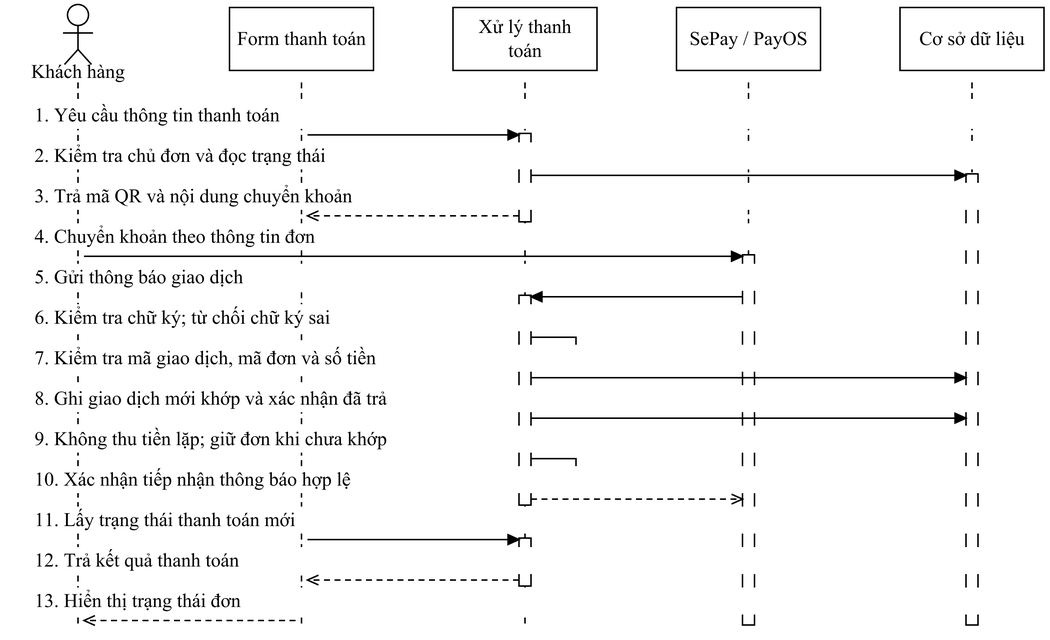
Before: docs/do-an-LSOUL/So-do-LSOUL-rut-gon/anh-png/SEQ-11.png, a diagram exported from draw.io (Loccao102/BanHang). Source tidied: cells renumbered, new cells last; positions are measured from the earlier drawing's top-left corner, leaving out a move shared by most shapes.
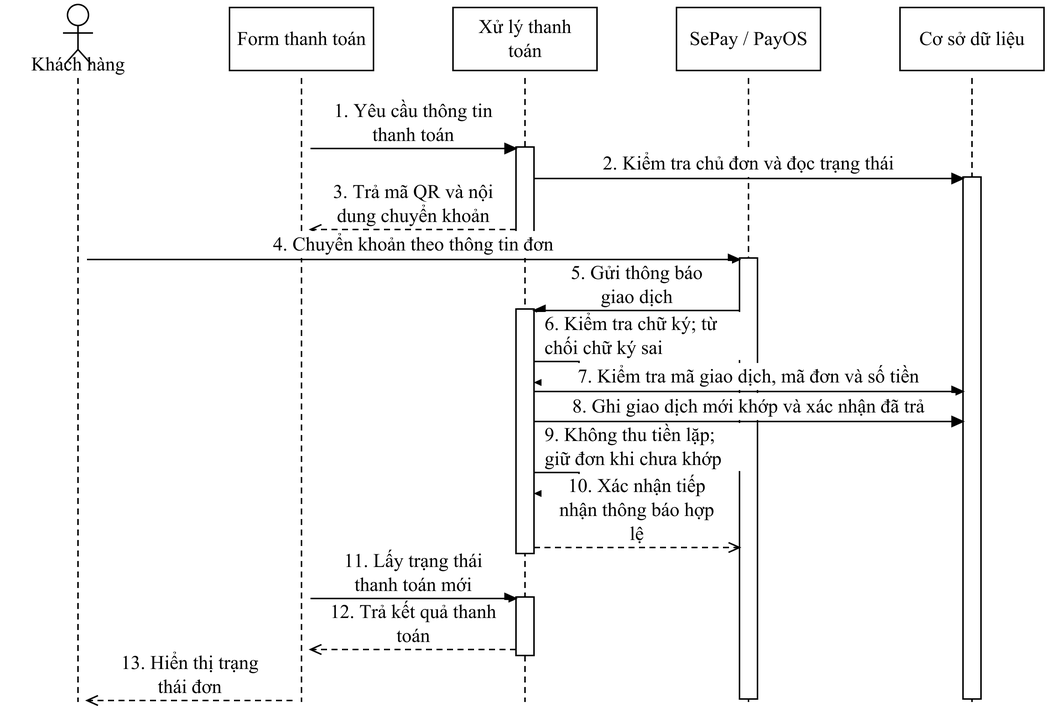
Above is the later version.

The edit, as a diff of the source:
```diff
@@ -6,4 +6,4 @@
       <mxGeometry relative="1" as="geometry">
-        <mxPoint x="48" y="52" as="sourcePoint" />
-        <mxPoint x="48" y="416" as="targetPoint" />
+        <mxPoint x="48" y="49" as="sourcePoint" />
+        <mxPoint x="48" y="465" as="targetPoint" />
       </mxGeometry>
@@ -12,4 +12,4 @@
       <mxGeometry relative="1" as="geometry">
-        <mxPoint x="197" y="52" as="sourcePoint" />
-        <mxPoint x="197" y="416" as="targetPoint" />
+        <mxPoint x="197" y="49" as="sourcePoint" />
+        <mxPoint x="197" y="465" as="targetPoint" />
       </mxGeometry>
@@ -18,4 +18,4 @@
       <mxGeometry relative="1" as="geometry">
-        <mxPoint x="346" y="52" as="sourcePoint" />
-        <mxPoint x="346" y="416" as="targetPoint" />
+        <mxPoint x="346" y="49" as="sourcePoint" />
+        <mxPoint x="346" y="465" as="targetPoint" />
       </mxGeometry>
@@ -24,4 +24,4 @@
       <mxGeometry relative="1" as="geometry">
-        <mxPoint x="495" y="52" as="sourcePoint" />
-        <mxPoint x="495" y="416" as="targetPoint" />
+        <mxPoint x="495" y="49" as="sourcePoint" />
+        <mxPoint x="495" y="465" as="targetPoint" />
       </mxGeometry>
@@ -30,4 +30,4 @@
       <mxGeometry relative="1" as="geometry">
-        <mxPoint x="644" y="52" as="sourcePoint" />
-        <mxPoint x="644" y="416" as="targetPoint" />
+        <mxPoint x="644" y="49" as="sourcePoint" />
+        <mxPoint x="644" y="465" as="targetPoint" />
       </mxGeometry>
@@ -35,18 +35,18 @@
     <mxCell id="7" style="fontFamily=Times New Roman;fontSize=13;fontColor=#000000;strokeColor=#000000;strokeWidth=1;fillColor=#FFFFFF;shadow=0;rounded=0;html=0;whiteSpace=wrap;spacing=5;align=center;verticalAlign=middle;" parent="1" vertex="1">
-      <mxGeometry x="342" y="86" width="8" height="59" as="geometry" />
+      <mxGeometry x="340" y="95" width="12" height="59" as="geometry" />
     </mxCell>
     <mxCell id="8" style="fontFamily=Times New Roman;fontSize=13;fontColor=#000000;strokeColor=#000000;strokeWidth=1;fillColor=#FFFFFF;shadow=0;rounded=0;html=0;whiteSpace=wrap;spacing=5;align=center;verticalAlign=middle;" parent="1" vertex="1">
-      <mxGeometry x="342" y="194" width="8" height="140" as="geometry" />
+      <mxGeometry x="340" y="203" width="12" height="163" as="geometry" />
     </mxCell>
     <mxCell id="9" style="fontFamily=Times New Roman;fontSize=13;fontColor=#000000;strokeColor=#000000;strokeWidth=1;fillColor=#FFFFFF;shadow=0;rounded=0;html=0;whiteSpace=wrap;spacing=5;align=center;verticalAlign=middle;" parent="1" vertex="1">
-      <mxGeometry x="342" y="356" width="8" height="32" as="geometry" />
+      <mxGeometry x="340" y="395" width="12" height="39" as="geometry" />
     </mxCell>
     <mxCell id="10" style="fontFamily=Times New Roman;fontSize=13;fontColor=#000000;strokeColor=#000000;strokeWidth=1;fillColor=#FFFFFF;shadow=0;rounded=0;html=0;whiteSpace=wrap;spacing=5;align=center;verticalAlign=middle;" parent="1" vertex="1">
-      <mxGeometry x="491" y="167" width="8" height="247" as="geometry" />
+      <mxGeometry x="489" y="169" width="12" height="294" as="geometry" />
     </mxCell>
     <mxCell id="11" style="fontFamily=Times New Roman;fontSize=13;fontColor=#000000;strokeColor=#000000;strokeWidth=1;fillColor=#FFFFFF;shadow=0;rounded=0;html=0;whiteSpace=wrap;spacing=5;align=center;verticalAlign=middle;" parent="1" vertex="1">
-      <mxGeometry x="640" y="113" width="8" height="301" as="geometry" />
+      <mxGeometry x="638" y="115" width="12" height="348" as="geometry" />
     </mxCell>
-    <mxCell id="12" value="1. Yêu cầu thông tin thanh toán" style="fontFamily=Times New Roman;fontSize=13;fontColor=#000000;strokeColor=#000000;strokeWidth=1;fillColor=#FFFFFF;shadow=0;rounded=0;html=0;whiteSpace=wrap;spacing=5;text;strokeColor=none;fillColor=none;align=left;verticalAlign=middle;fillColor=#FFFFFF;" parent="1" vertex="1">
-      <mxGeometry x="14" y="65" width="664" height="18" as="geometry" />
+    <mxCell id="12" value="1. Yêu cầu thông tin&#10;thanh toán" style="fontFamily=Times New Roman;fontSize=13;fontColor=#000000;strokeColor=#000000;strokeWidth=1;fillColor=#FFFFFF;shadow=0;rounded=0;html=0;whiteSpace=wrap;spacing=5;text;strokeColor=none;fillColor=none;align=center;verticalAlign=middle;fillColor=#FFFFFF;" parent="1" vertex="1">
+      <mxGeometry x="208" y="63" width="127" height="32" as="geometry" />
     </mxCell>
@@ -54,8 +54,8 @@
       <mxGeometry relative="1" as="geometry">
-        <mxPoint x="201" y="87" as="sourcePoint" />
-        <mxPoint x="342" y="87" as="targetPoint" />
+        <mxPoint x="203" y="96" as="sourcePoint" />
+        <mxPoint x="340" y="96" as="targetPoint" />
       </mxGeometry>
     </mxCell>
-    <mxCell id="14" value="2. Kiểm tra chủ đơn và đọc trạng thái" style="fontFamily=Times New Roman;fontSize=13;fontColor=#000000;strokeColor=#000000;strokeWidth=1;fillColor=#FFFFFF;shadow=0;rounded=0;html=0;whiteSpace=wrap;spacing=5;text;strokeColor=none;fillColor=none;align=left;verticalAlign=middle;fillColor=#FFFFFF;" parent="1" vertex="1">
-      <mxGeometry x="14" y="92" width="664" height="18" as="geometry" />
+    <mxCell id="14" value="2. Kiểm tra chủ đơn và đọc trạng thái" style="fontFamily=Times New Roman;fontSize=13;fontColor=#000000;strokeColor=#000000;strokeWidth=1;fillColor=#FFFFFF;shadow=0;rounded=0;html=0;whiteSpace=wrap;spacing=5;text;strokeColor=none;fillColor=none;align=center;verticalAlign=middle;fillColor=#FFFFFF;" parent="1" vertex="1">
+      <mxGeometry x="357" y="97" width="276" height="18" as="geometry" />
     </mxCell>
@@ -63,8 +63,8 @@
       <mxGeometry relative="1" as="geometry">
-        <mxPoint x="350" y="114" as="sourcePoint" />
-        <mxPoint x="640" y="114" as="targetPoint" />
+        <mxPoint x="352" y="116" as="sourcePoint" />
+        <mxPoint x="638" y="116" as="targetPoint" />
       </mxGeometry>
     </mxCell>
-    <mxCell id="16" value="3. Trả mã QR và nội dung chuyển khoản" style="fontFamily=Times New Roman;fontSize=13;fontColor=#000000;strokeColor=#000000;strokeWidth=1;fillColor=#FFFFFF;shadow=0;rounded=0;html=0;whiteSpace=wrap;spacing=5;text;strokeColor=none;fillColor=none;align=left;verticalAlign=middle;fillColor=#FFFFFF;" parent="1" vertex="1">
-      <mxGeometry x="14" y="119" width="664" height="18" as="geometry" />
+    <mxCell id="16" value="3. Trả mã QR và nội&#10;dung chuyển khoản" style="fontFamily=Times New Roman;fontSize=13;fontColor=#000000;strokeColor=#000000;strokeWidth=1;fillColor=#FFFFFF;shadow=0;rounded=0;html=0;whiteSpace=wrap;spacing=5;text;strokeColor=none;fillColor=none;align=center;verticalAlign=middle;fillColor=#FFFFFF;" parent="1" vertex="1">
+      <mxGeometry x="208" y="117" width="127" height="32" as="geometry" />
     </mxCell>
@@ -72,8 +72,8 @@
       <mxGeometry relative="1" as="geometry">
-        <mxPoint x="342" y="141" as="sourcePoint" />
-        <mxPoint x="201" y="141" as="targetPoint" />
+        <mxPoint x="340" y="150" as="sourcePoint" />
+        <mxPoint x="203" y="150" as="targetPoint" />
       </mxGeometry>
     </mxCell>
-    <mxCell id="18" value="4. Chuyển khoản theo thông tin đơn" style="fontFamily=Times New Roman;fontSize=13;fontColor=#000000;strokeColor=#000000;strokeWidth=1;fillColor=#FFFFFF;shadow=0;rounded=0;html=0;whiteSpace=wrap;spacing=5;text;strokeColor=none;fillColor=none;align=left;verticalAlign=middle;fillColor=#FFFFFF;" parent="1" vertex="1">
-      <mxGeometry x="14" y="146" width="664" height="18" as="geometry" />
+    <mxCell id="18" value="4. Chuyển khoản theo thông tin đơn" style="fontFamily=Times New Roman;fontSize=13;fontColor=#000000;strokeColor=#000000;strokeWidth=1;fillColor=#FFFFFF;shadow=0;rounded=0;html=0;whiteSpace=wrap;spacing=5;text;strokeColor=none;fillColor=none;align=center;verticalAlign=middle;fillColor=#FFFFFF;" parent="1" vertex="1">
+      <mxGeometry x="59" y="151" width="425" height="18" as="geometry" />
     </mxCell>
@@ -81,8 +81,8 @@
       <mxGeometry relative="1" as="geometry">
-        <mxPoint x="52" y="168" as="sourcePoint" />
-        <mxPoint x="491" y="168" as="targetPoint" />
+        <mxPoint x="54" y="170" as="sourcePoint" />
+        <mxPoint x="489" y="170" as="targetPoint" />
       </mxGeometry>
     </mxCell>
-    <mxCell id="20" value="5. Gửi thông báo giao dịch" style="fontFamily=Times New Roman;fontSize=13;fontColor=#000000;strokeColor=#000000;strokeWidth=1;fillColor=#FFFFFF;shadow=0;rounded=0;html=0;whiteSpace=wrap;spacing=5;text;strokeColor=none;fillColor=none;align=left;verticalAlign=middle;fillColor=#FFFFFF;" parent="1" vertex="1">
-      <mxGeometry x="14" y="173" width="664" height="18" as="geometry" />
+    <mxCell id="20" value="5. Gửi thông báo&#10;giao dịch" style="fontFamily=Times New Roman;fontSize=13;fontColor=#000000;strokeColor=#000000;strokeWidth=1;fillColor=#FFFFFF;shadow=0;rounded=0;html=0;whiteSpace=wrap;spacing=5;text;strokeColor=none;fillColor=none;align=center;verticalAlign=middle;fillColor=#FFFFFF;" parent="1" vertex="1">
+      <mxGeometry x="357" y="171" width="127" height="32" as="geometry" />
     </mxCell>
@@ -90,8 +90,8 @@
       <mxGeometry relative="1" as="geometry">
-        <mxPoint x="491" y="195" as="sourcePoint" />
-        <mxPoint x="350" y="195" as="targetPoint" />
+        <mxPoint x="489" y="204" as="sourcePoint" />
+        <mxPoint x="352" y="204" as="targetPoint" />
       </mxGeometry>
     </mxCell>
-    <mxCell id="22" value="6. Kiểm tra chữ ký; từ chối chữ ký sai" style="fontFamily=Times New Roman;fontSize=13;fontColor=#000000;strokeColor=#000000;strokeWidth=1;fillColor=#FFFFFF;shadow=0;rounded=0;html=0;whiteSpace=wrap;spacing=5;text;strokeColor=none;fillColor=none;align=left;verticalAlign=middle;fillColor=#FFFFFF;" parent="1" vertex="1">
-      <mxGeometry x="14" y="200" width="664" height="18" as="geometry" />
+    <mxCell id="22" value="6. Kiểm tra chữ ký; từ&#10;chối chữ ký sai" style="fontFamily=Times New Roman;fontSize=13;fontColor=#000000;strokeColor=#000000;strokeWidth=1;fillColor=#FFFFFF;shadow=0;rounded=0;html=0;whiteSpace=wrap;spacing=5;text;strokeColor=none;fillColor=none;align=left;verticalAlign=middle;fillColor=#FFFFFF;" parent="1" vertex="1">
+      <mxGeometry x="354" y="205" width="136" height="32" as="geometry" />
     </mxCell>
@@ -99,7 +99,7 @@
       <mxGeometry relative="1" as="geometry">
-        <mxPoint x="350" y="222" as="sourcePoint" />
-        <mxPoint x="351" y="234" as="targetPoint" />
+        <mxPoint x="352" y="238" as="sourcePoint" />
+        <mxPoint x="353" y="252" as="targetPoint" />
         <Array as="points">
-          <mxPoint x="380" y="222" />
-          <mxPoint x="380" y="234" />
+          <mxPoint x="382" y="238" />
+          <mxPoint x="382" y="252" />
         </Array>
@@ -107,4 +107,4 @@
     </mxCell>
-    <mxCell id="24" value="7. Kiểm tra mã giao dịch, mã đơn và số tiền" style="fontFamily=Times New Roman;fontSize=13;fontColor=#000000;strokeColor=#000000;strokeWidth=1;fillColor=#FFFFFF;shadow=0;rounded=0;html=0;whiteSpace=wrap;spacing=5;text;strokeColor=none;fillColor=none;align=left;verticalAlign=middle;fillColor=#FFFFFF;" parent="1" vertex="1">
-      <mxGeometry x="14" y="227" width="664" height="18" as="geometry" />
+    <mxCell id="24" value="7. Kiểm tra mã giao dịch, mã đơn và số tiền" style="fontFamily=Times New Roman;fontSize=13;fontColor=#000000;strokeColor=#000000;strokeWidth=1;fillColor=#FFFFFF;shadow=0;rounded=0;html=0;whiteSpace=wrap;spacing=5;text;strokeColor=none;fillColor=none;align=center;verticalAlign=middle;fillColor=#FFFFFF;" parent="1" vertex="1">
+      <mxGeometry x="357" y="239" width="276" height="18" as="geometry" />
     </mxCell>
@@ -112,8 +112,8 @@
       <mxGeometry relative="1" as="geometry">
-        <mxPoint x="350" y="249" as="sourcePoint" />
-        <mxPoint x="640" y="249" as="targetPoint" />
+        <mxPoint x="352" y="258" as="sourcePoint" />
+        <mxPoint x="638" y="258" as="targetPoint" />
       </mxGeometry>
     </mxCell>
-    <mxCell id="26" value="8. Ghi giao dịch mới khớp và xác nhận đã trả" style="fontFamily=Times New Roman;fontSize=13;fontColor=#000000;strokeColor=#000000;strokeWidth=1;fillColor=#FFFFFF;shadow=0;rounded=0;html=0;whiteSpace=wrap;spacing=5;text;strokeColor=none;fillColor=none;align=left;verticalAlign=middle;fillColor=#FFFFFF;" parent="1" vertex="1">
-      <mxGeometry x="14" y="254" width="664" height="18" as="geometry" />
+    <mxCell id="26" value="8. Ghi giao dịch mới khớp và xác nhận đã trả" style="fontFamily=Times New Roman;fontSize=13;fontColor=#000000;strokeColor=#000000;strokeWidth=1;fillColor=#FFFFFF;shadow=0;rounded=0;html=0;whiteSpace=wrap;spacing=5;text;strokeColor=none;fillColor=none;align=center;verticalAlign=middle;fillColor=#FFFFFF;" parent="1" vertex="1">
+      <mxGeometry x="357" y="259" width="276" height="18" as="geometry" />
     </mxCell>
@@ -121,8 +121,8 @@
       <mxGeometry relative="1" as="geometry">
-        <mxPoint x="350" y="276" as="sourcePoint" />
-        <mxPoint x="640" y="276" as="targetPoint" />
+        <mxPoint x="352" y="278" as="sourcePoint" />
+        <mxPoint x="638" y="278" as="targetPoint" />
       </mxGeometry>
     </mxCell>
-    <mxCell id="28" value="9. Không thu tiền lặp; giữ đơn khi chưa khớp" style="fontFamily=Times New Roman;fontSize=13;fontColor=#000000;strokeColor=#000000;strokeWidth=1;fillColor=#FFFFFF;shadow=0;rounded=0;html=0;whiteSpace=wrap;spacing=5;text;strokeColor=none;fillColor=none;align=left;verticalAlign=middle;fillColor=#FFFFFF;" parent="1" vertex="1">
-      <mxGeometry x="14" y="281" width="664" height="18" as="geometry" />
+    <mxCell id="28" value="9. Không thu tiền lặp;&#10;giữ đơn khi chưa khớp" style="fontFamily=Times New Roman;fontSize=13;fontColor=#000000;strokeColor=#000000;strokeWidth=1;fillColor=#FFFFFF;shadow=0;rounded=0;html=0;whiteSpace=wrap;spacing=5;text;strokeColor=none;fillColor=none;align=left;verticalAlign=middle;fillColor=#FFFFFF;" parent="1" vertex="1">
+      <mxGeometry x="354" y="279" width="136" height="32" as="geometry" />
     </mxCell>
@@ -130,7 +130,7 @@
       <mxGeometry relative="1" as="geometry">
-        <mxPoint x="350" y="303" as="sourcePoint" />
-        <mxPoint x="351" y="315" as="targetPoint" />
+        <mxPoint x="352" y="312" as="sourcePoint" />
+        <mxPoint x="353" y="326" as="targetPoint" />
         <Array as="points">
-          <mxPoint x="380" y="303" />
-          <mxPoint x="380" y="315" />
+          <mxPoint x="382" y="312" />
+          <mxPoint x="382" y="326" />
         </Array>
@@ -138,4 +138,4 @@
     </mxCell>
-    <mxCell id="30" value="10. Xác nhận tiếp nhận thông báo hợp lệ" style="fontFamily=Times New Roman;fontSize=13;fontColor=#000000;strokeColor=#000000;strokeWidth=1;fillColor=#FFFFFF;shadow=0;rounded=0;html=0;whiteSpace=wrap;spacing=5;text;strokeColor=none;fillColor=none;align=left;verticalAlign=middle;fillColor=#FFFFFF;" parent="1" vertex="1">
-      <mxGeometry x="14" y="308" width="664" height="18" as="geometry" />
+    <mxCell id="30" value="10. Xác nhận tiếp&#10;nhận thông báo hợp&#10;lệ" style="fontFamily=Times New Roman;fontSize=13;fontColor=#000000;strokeColor=#000000;strokeWidth=1;fillColor=#FFFFFF;shadow=0;rounded=0;html=0;whiteSpace=wrap;spacing=5;text;strokeColor=none;fillColor=none;align=center;verticalAlign=middle;fillColor=#FFFFFF;" parent="1" vertex="1">
+      <mxGeometry x="357" y="313" width="127" height="48" as="geometry" />
     </mxCell>
@@ -143,8 +143,8 @@
       <mxGeometry relative="1" as="geometry">
-        <mxPoint x="350" y="330" as="sourcePoint" />
-        <mxPoint x="491" y="330" as="targetPoint" />
+        <mxPoint x="352" y="362" as="sourcePoint" />
+        <mxPoint x="489" y="362" as="targetPoint" />
       </mxGeometry>
     </mxCell>
-    <mxCell id="32" value="11. Lấy trạng thái thanh toán mới" style="fontFamily=Times New Roman;fontSize=13;fontColor=#000000;strokeColor=#000000;strokeWidth=1;fillColor=#FFFFFF;shadow=0;rounded=0;html=0;whiteSpace=wrap;spacing=5;text;strokeColor=none;fillColor=none;align=left;verticalAlign=middle;fillColor=#FFFFFF;" parent="1" vertex="1">
-      <mxGeometry x="14" y="335" width="664" height="18" as="geometry" />
+    <mxCell id="32" value="11. Lấy trạng thái&#10;thanh toán mới" style="fontFamily=Times New Roman;fontSize=13;fontColor=#000000;strokeColor=#000000;strokeWidth=1;fillColor=#FFFFFF;shadow=0;rounded=0;html=0;whiteSpace=wrap;spacing=5;text;strokeColor=none;fillColor=none;align=center;verticalAlign=middle;fillColor=#FFFFFF;" parent="1" vertex="1">
+      <mxGeometry x="208" y="363" width="127" height="32" as="geometry" />
     </mxCell>
@@ -152,8 +152,8 @@
       <mxGeometry relative="1" as="geometry">
-        <mxPoint x="201" y="357" as="sourcePoint" />
-        <mxPoint x="342" y="357" as="targetPoint" />
+        <mxPoint x="203" y="396" as="sourcePoint" />
+        <mxPoint x="340" y="396" as="targetPoint" />
       </mxGeometry>
     </mxCell>
-    <mxCell id="34" value="12. Trả kết quả thanh toán" style="fontFamily=Times New Roman;fontSize=13;fontColor=#000000;strokeColor=#000000;strokeWidth=1;fillColor=#FFFFFF;shadow=0;rounded=0;html=0;whiteSpace=wrap;spacing=5;text;strokeColor=none;fillColor=none;align=left;verticalAlign=middle;fillColor=#FFFFFF;" parent="1" vertex="1">
-      <mxGeometry x="14" y="362" width="664" height="18" as="geometry" />
+    <mxCell id="34" value="12. Trả kết quả thanh&#10;toán" style="fontFamily=Times New Roman;fontSize=13;fontColor=#000000;strokeColor=#000000;strokeWidth=1;fillColor=#FFFFFF;shadow=0;rounded=0;html=0;whiteSpace=wrap;spacing=5;text;strokeColor=none;fillColor=none;align=center;verticalAlign=middle;fillColor=#FFFFFF;" parent="1" vertex="1">
+      <mxGeometry x="208" y="397" width="127" height="32" as="geometry" />
     </mxCell>
@@ -161,8 +161,8 @@
       <mxGeometry relative="1" as="geometry">
-        <mxPoint x="342" y="384" as="sourcePoint" />
-        <mxPoint x="201" y="384" as="targetPoint" />
+        <mxPoint x="340" y="430" as="sourcePoint" />
+        <mxPoint x="203" y="430" as="targetPoint" />
       </mxGeometry>
     </mxCell>
-    <mxCell id="36" value="13. Hiển thị trạng thái đơn" style="fontFamily=Times New Roman;fontSize=13;fontColor=#000000;strokeColor=#000000;strokeWidth=1;fillColor=#FFFFFF;shadow=0;rounded=0;html=0;whiteSpace=wrap;spacing=5;text;strokeColor=none;fillColor=none;align=left;verticalAlign=middle;fillColor=#FFFFFF;" parent="1" vertex="1">
-      <mxGeometry x="14" y="389" width="664" height="18" as="geometry" />
+    <mxCell id="36" value="13. Hiển thị trạng&#10;thái đơn" style="fontFamily=Times New Roman;fontSize=13;fontColor=#000000;strokeColor=#000000;strokeWidth=1;fillColor=#FFFFFF;shadow=0;rounded=0;html=0;whiteSpace=wrap;spacing=5;text;strokeColor=none;fillColor=none;align=center;verticalAlign=middle;fillColor=#FFFFFF;" parent="1" vertex="1">
+      <mxGeometry x="59" y="431" width="127" height="32" as="geometry" />
     </mxCell>
@@ -170,4 +170,4 @@
       <mxGeometry relative="1" as="geometry">
-        <mxPoint x="193" y="411" as="sourcePoint" />
-        <mxPoint x="52" y="411" as="targetPoint" />
+        <mxPoint x="191" y="464" as="sourcePoint" />
+        <mxPoint x="54" y="464" as="targetPoint" />
       </mxGeometry>
@@ -202,3 +202,3 @@
     <mxCell id="43" value="Khách hàng" style="fontFamily=Times New Roman;fontSize=13;fontColor=#000000;strokeColor=#000000;strokeWidth=1;fillColor=#FFFFFF;shadow=0;rounded=0;html=0;whiteSpace=wrap;spacing=5;text;strokeColor=none;fillColor=none;align=center;verticalAlign=middle;" parent="1" vertex="1">
-      <mxGeometry y="37" width="96" height="16" as="geometry" />
+      <mxGeometry y="32" width="96" height="16" as="geometry" />
     </mxCell>
```
